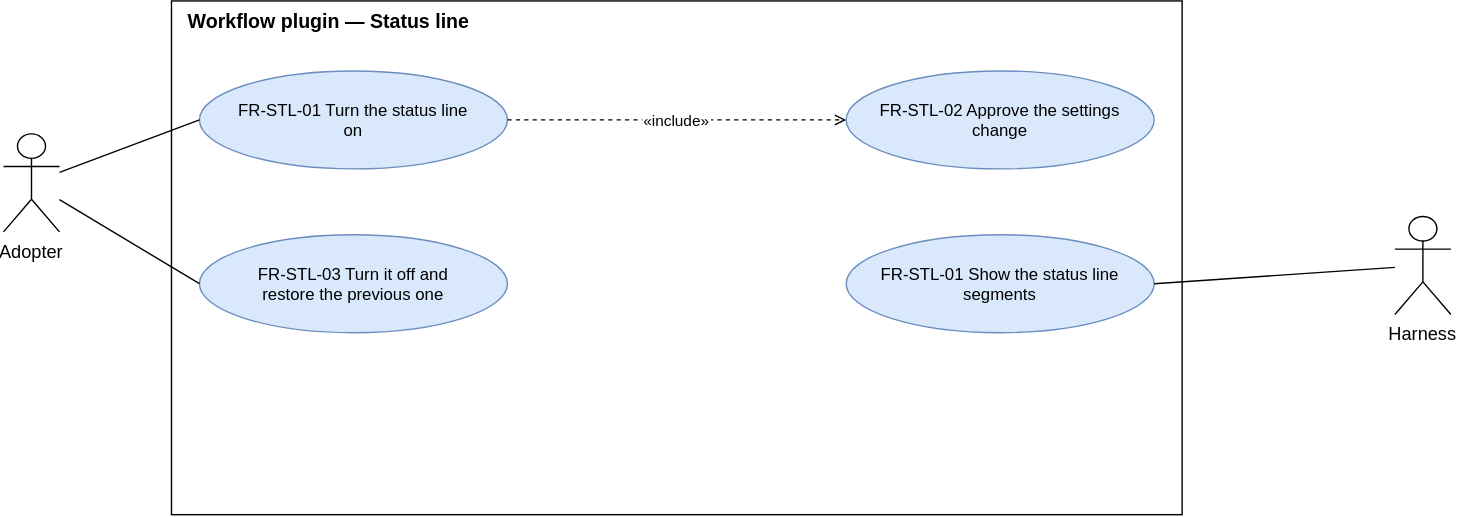
This is docs/requirements/diagrams/use-cases-status-line.drawio.svg from ATNexusLab/tightship, a draw.io export, as it was before one commit. Source tidied: cells renumbered, new cells last; positions are measured from the earlier drawing's top-left corner, leaving out a move shared by most shapes.
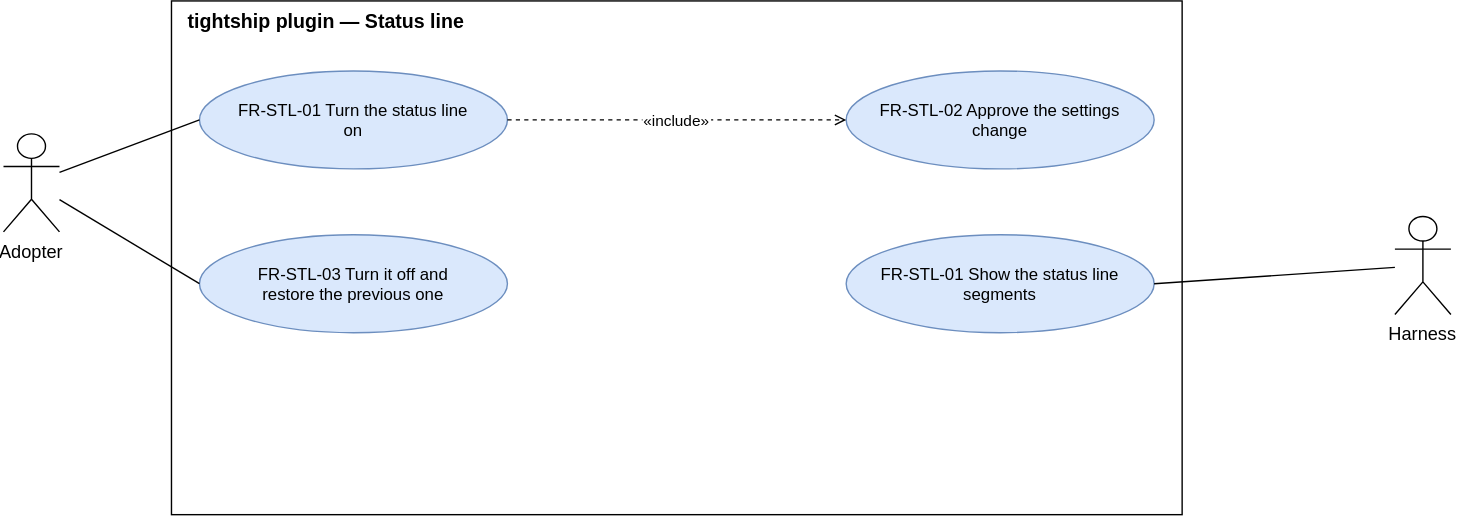
Above is the later version.

Commit message:
docs: name the plugin tightship in the diagrams

Diff of the diagram source:
```diff
@@ -2,7 +2,7 @@
   <root>
     <mxCell id="0" />
     <mxCell id="1" parent="0" />
-    <mxCell id="2" value="Workflow plugin — Status line" style="rounded=0;fillColor=none;verticalAlign=top;align=left;spacingLeft=10;fontStyle=1;fontSize=14;html=0;" parent="1" vertex="1">
+    <mxCell id="2" value="tightship plugin — Status line" style="rounded=0;fillColor=none;verticalAlign=top;align=left;spacingLeft=10;fontStyle=1;fontSize=14;html=0;" parent="1" vertex="1">
       <mxGeometry x="120" width="722" height="367" as="geometry" />
     </mxCell>
     <mxCell id="3" value="FR-STL-01 Turn the status line&#10;on" style="ellipse;fontSize=12;fillColor=#dae8fc;strokeColor=#6c8ebf;html=0;" parent="1" vertex="1">
```
